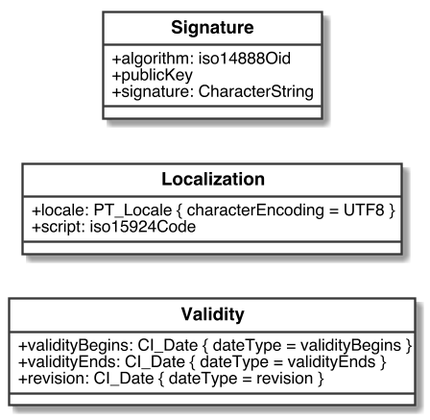
Before: images/CommonModels.png, a diagram exported from PlantUML (CalConnect/csd-digital-addresses). Its diagram source:
```plantuml
@startuml CommonModels

skinparam classAttributeIconSize 0
skinparam Dpi 150
skinparam Monochrome true
skinparam LineType ortho
skinparam nodesep 30
skinparam ranksep 30
hide circle
skinparam Default {
TextAlignment center
FontName Helvetica
}
skinparam Class {
AttributeIconSize 0
BackgroundColor White
FontStyle bold
StereotypeFontSize 10
}
skinparam Rectangle {
BackgroundColor White
FontStyle bold
FontSize 11
StereotypeFontSize 10
}
skinparam Object {
BackgroundColor White
FontStyle bold
FontSize 11
StereotypeFontSize 10
}

skinparam Entity {
StereotypeFontSize 10
}

class Signature{
    +algorithm: iso14888Oid
    +publicKey
    +signature: CharacterString
}

class Localization{
    +locale: PT_Locale { characterEncoding = UTF8 }
    +script: iso15924Code
}

class Validity{
    +validityBegins: CI_Date { dateType = validityBegins }
    +validityEnds: CI_Date { dateType = validityEnds }
    +revision: CI_Date { dateType = revision }
}



Signature -[hidden]-> Localization
Localization -[hidden]-> Validity

@enduml
```
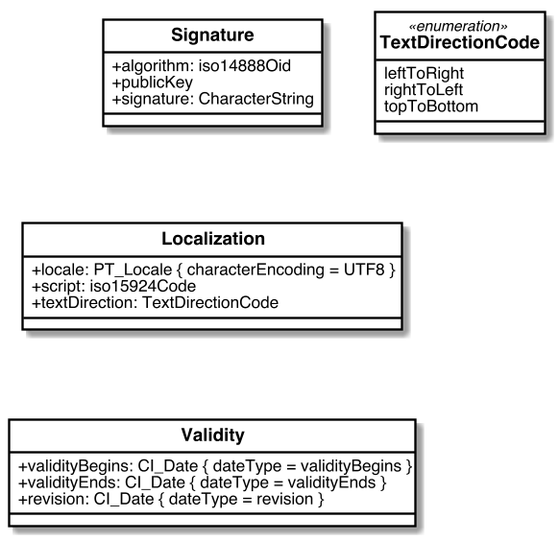
After the change.

Diff of the diagram source:
```diff
@@ -1,54 +1,67 @@
-@startuml CommonModels
+@startuml
 
-skinparam classAttributeIconSize 0
+
 skinparam Dpi 150
-skinparam Monochrome true
+skinparam Monochrome false
 skinparam LineType ortho
-skinparam nodesep 30
-skinparam ranksep 30
 hide circle
 skinparam Default {
-TextAlignment center
-FontName Helvetica
+  TextAlignment center
+  FontName Helvetica
 }
 skinparam Class {
-AttributeIconSize 0
-BackgroundColor White
-FontStyle bold
-StereotypeFontSize 10
+  AttributeIconSize 0
+  BackgroundColor White
+  ArrowColor Black
+  BorderColor Black
+  FontStyle bold
+  StereotypeFontSize 10
 }
 skinparam Rectangle {
-BackgroundColor White
-FontStyle bold
-FontSize 11
-StereotypeFontSize 10
+  BackgroundColor White
+  ArrowColor Black
+  BorderColor Black
+  FontStyle bold
+  FontSize 11
+  StereotypeFontSize 10
 }
 skinparam Object {
-BackgroundColor White
-FontStyle bold
-FontSize 11
-StereotypeFontSize 10
+  BackgroundColor White
+  ArrowColor Black
+  BorderColor Black
+  FontStyle bold
+  FontSize 11
+  StereotypeFontSize 10
 }
 
 skinparam Entity {
-StereotypeFontSize 10
+  StereotypeFontSize 10
+}
+
+
+
+class Localization{
+  +locale: PT_Locale { characterEncoding = UTF8 }
+  +script: iso15924Code
+  +textDirection: TextDirectionCode
+}
+
+enum TextDirectionCode <<enumeration>> {
+  leftToRight
+  rightToLeft
+  topToBottom
+}
+
+class Validity{
+  +validityBegins: CI_Date { dateType = validityBegins }
+  +validityEnds: CI_Date { dateType = validityEnds }
+  +revision: CI_Date { dateType = revision }
 }
 
 class Signature{
-    +algorithm: iso14888Oid
-    +publicKey
-    +signature: CharacterString
-}
-
-class Localization{
-    +locale: PT_Locale { characterEncoding = UTF8 }
-    +script: iso15924Code
-}
-
-class Validity{
-    +validityBegins: CI_Date { dateType = validityBegins }
-    +validityEnds: CI_Date { dateType = validityEnds }
-    +revision: CI_Date { dateType = revision }
+  +algorithm: iso14888Oid
+  +publicKey
+  +signature: CharacterString
 }
 
 
```
